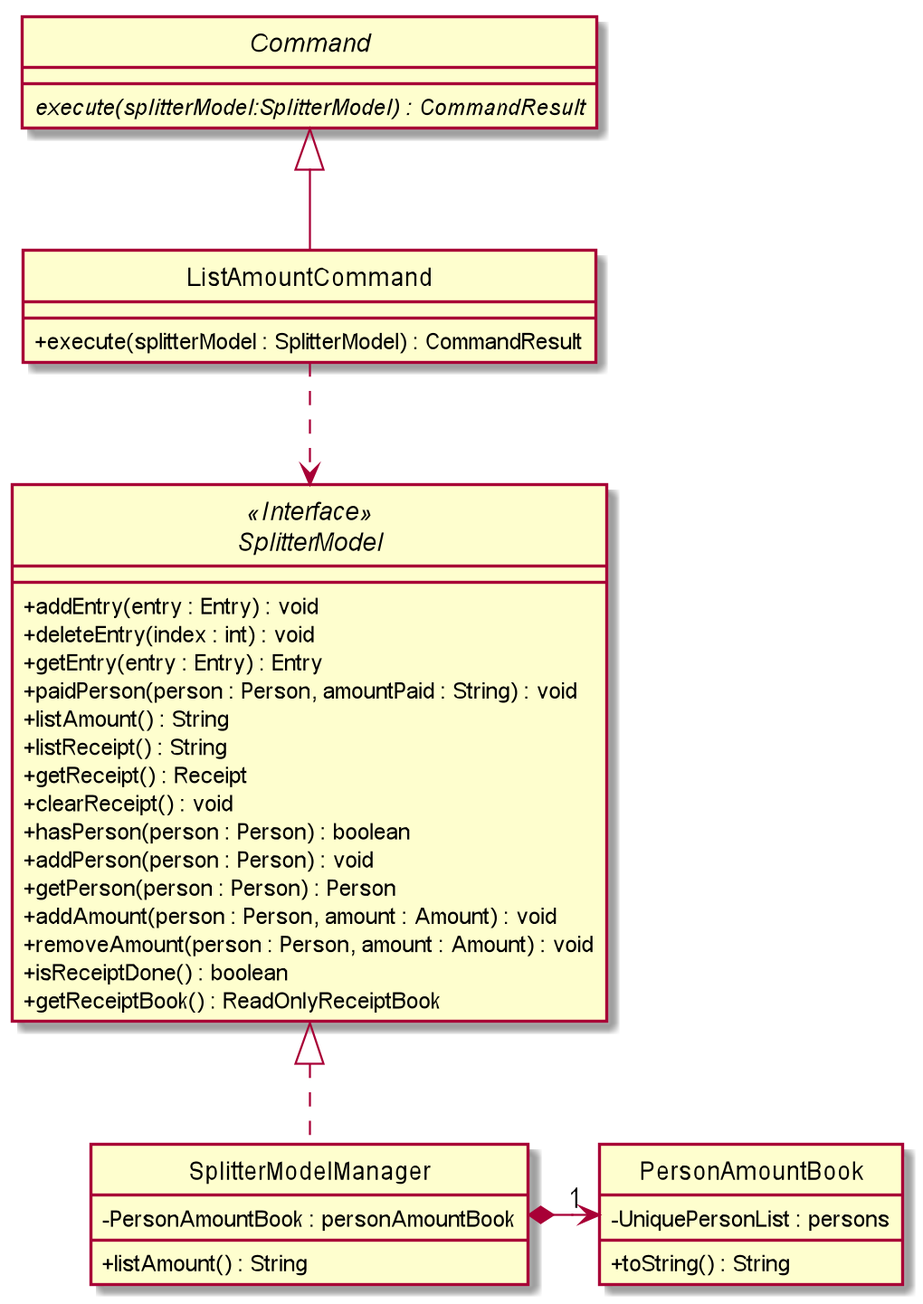
Earlier version of the PlantUML export images/ExpenseSplitterListAmountCommandClassDiagram.png (AY1920S2-CS2103T-W13-1/main).
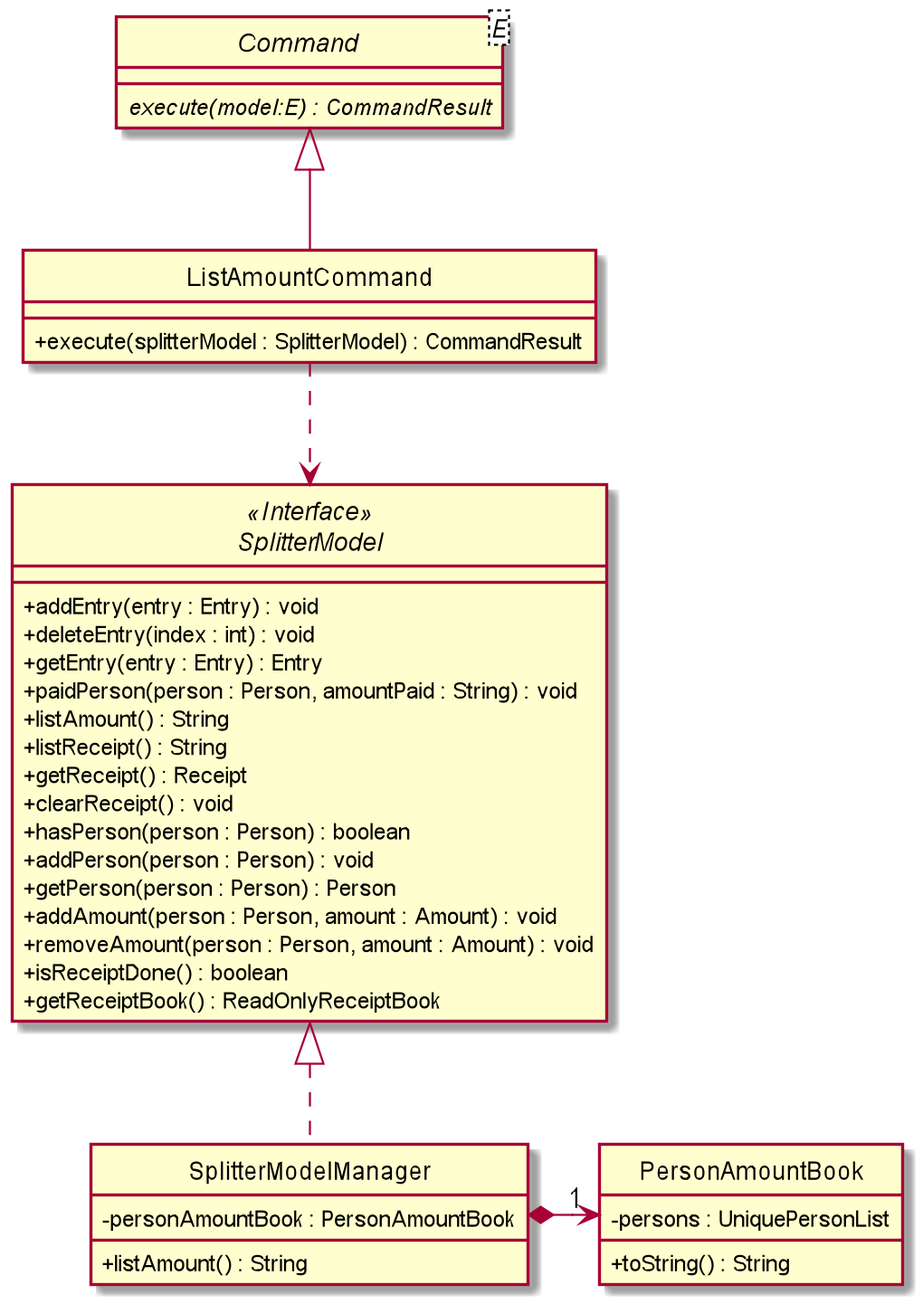
The same file after the commit.

What changed in the source:
```diff
@@ -5,8 +5,8 @@
 hide circle
 
 
-abstract class Command {
-    {abstract} execute(splitterModel:SplitterModel) : CommandResult
+abstract class Command <E>{
+    {abstract} execute(model:E) : CommandResult
 }
 
 class ListAmountCommand extends Command {
@@ -35,13 +35,13 @@
 }
 
 class SplitterModelManager implements SplitterModel {
-    - PersonAmountBook : personAmountBook
+    - personAmountBook : PersonAmountBook
 
     + listAmount() : String
 }
 
 class PersonAmountBook {
-    - UniquePersonList : persons
+    - persons : UniquePersonList
 
     + toString() : String
 }
```
